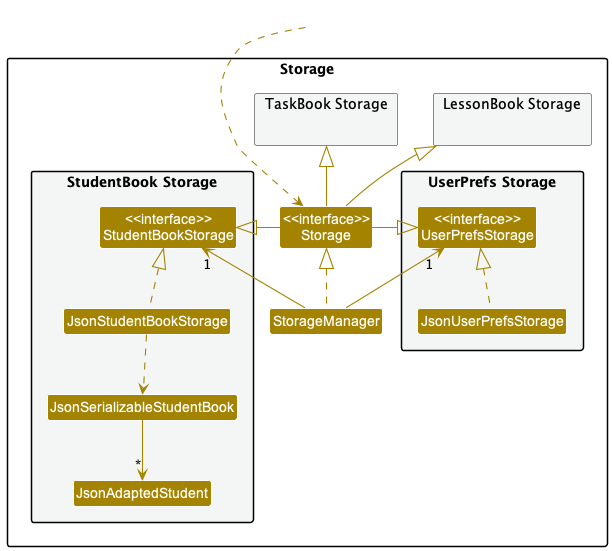
Above: docs/images/StorageClassDiagram.png in nus-cs2103-AY2223S1/tp (PlantUML), before the change.
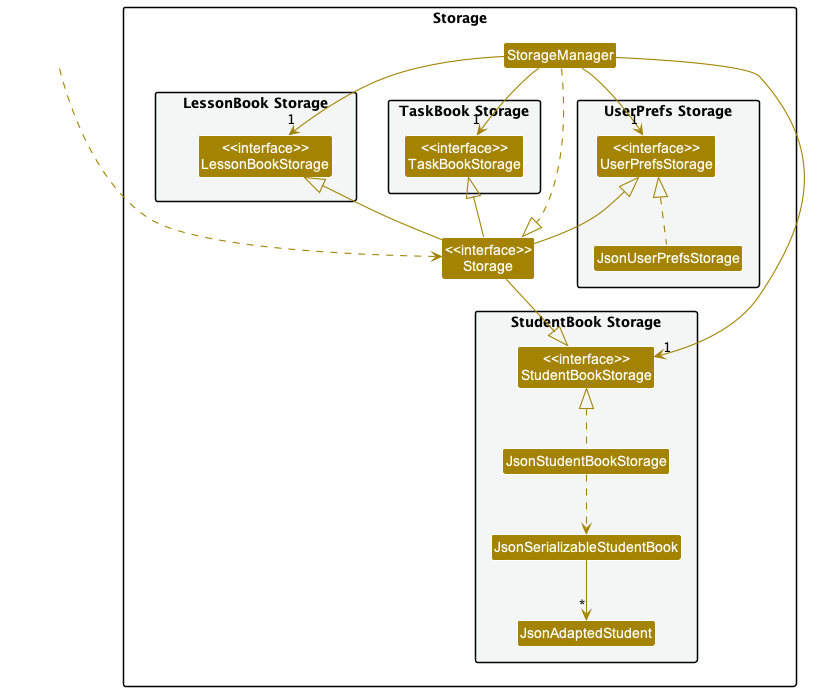
Later version of the same file.

Diff of the diagram source:
```diff
@@ -22,11 +22,11 @@
 }
 
 package "TaskBook Storage" #F4F6F6{
-
+    Class "<<interface>>\nTaskBookStorage" as TaskBookStorage
 }
 
 package "LessonBook Storage" #F4F6F6{
-
+    Class "<<interface>>\nLessonBookStorage" as LessonBookStorage
 }
 
 }
@@ -35,14 +35,16 @@
 HiddenOutside ..> Storage
 HiddenOutside ..[hidden] "LessonBook Storage"
 
-StorageManager .up.|> Storage
-StorageManager -up-> "1" UserPrefsStorage
-StorageManager -up-> "1" StudentBookStorage
+StorageManager ..|> Storage
+StorageManager --> "1" UserPrefsStorage
+StorageManager --> "1" StudentBookStorage
+StorageManager --> "1" TaskBookStorage
+StorageManager --> "1" LessonBookStorage
 
 Storage -left-|> UserPrefsStorage
-Storage -right-|> StudentBookStorage
-Storage -up-|> "TaskBook Storage"
-Storage -up-|> "LessonBook Storage"
+Storage -down-|> StudentBookStorage
+Storage -up-|> LessonBookStorage
+Storage -up-|> TaskBookStorage
 
 JsonUserPrefsStorage .up.|> UserPrefsStorage
 JsonStudentBookStorage .up.|> StudentBookStorage
```
